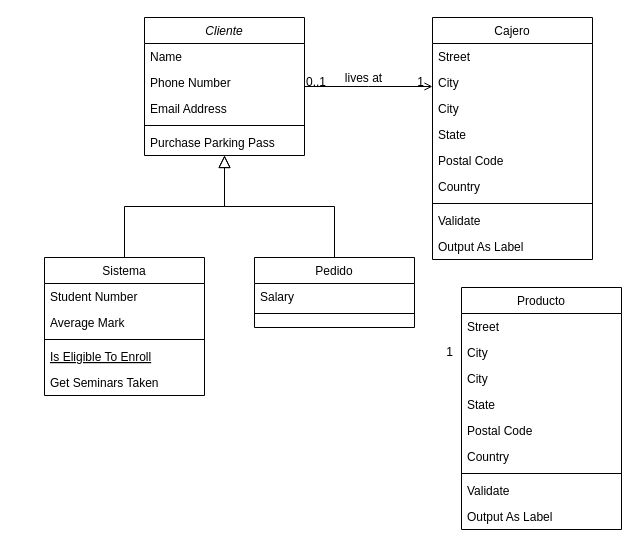
Earlier version of the draw.io diagram Calida.drawio (Cris25nkl/DIAGRAMS_BD). Source tidied: cells renumbered, new cells numbered last; positions are measured from the earlier drawing's top-left corner, leaving out a move shared by most shapes. Both pictures are drawn from the tidied source at 100%, with x=0, y=0 at pixel (44, 17).
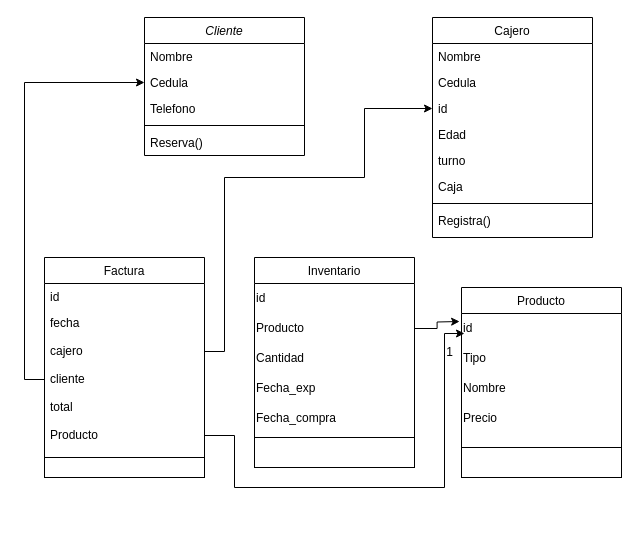
After the change.

The change refers to these unchanged cells:
```xml
<mxCell id="2" value="Cliente" style="swimlane;fontStyle=2;align=center;verticalAlign=top;horizontal=1;startSize=26;rounded=0;shadow=0;strokeWidth=1;" parent="1" vertex="1">
  <mxGeometry x="100" width="160" height="138" as="geometry" />
</mxCell>
```

Diff of the diagram source:
```diff
@@
-    <mxCell id="3" value="Name" style="text;align=left;verticalAlign=top;spacingLeft=4;spacingRight=4;overflow=hidden;" parent="2" vertex="1">
+    <mxCell id="3" value="Nombre" style="text;align=left;verticalAlign=top;spacingLeft=4;spacingRight=4;overflow=hidden;" parent="2" vertex="1">
       <mxGeometry y="26" width="160" height="26" as="geometry" />
     </mxCell>
-    <mxCell id="4" value="Phone Number" style="text;align=left;verticalAlign=top;spacingLeft=4;spacingRight=4;overflow=hidden;points=[[0,0.5],[1,0.5]];portConstraint=eastwest;rounded=0;shadow=0;html=0;" parent="2" vertex="1">
+    <mxCell id="4" value="Cedula" style="text;align=left;verticalAlign=top;spacingLeft=4;spacingRight=4;overflow=hidden;points=[[0,0.5],[1,0.5]];portConstraint=eastwest;rounded=0;shadow=0;html=0;" parent="2" vertex="1">
       <mxGeometry y="52" width="160" height="26" as="geometry" />
     </mxCell>
-    <mxCell id="5" value="Email Address" style="text;align=left;verticalAlign=top;spacingLeft=4;spacingRight=4;overflow=hidden;rounded=0;shadow=0;html=0;" parent="2" vertex="1">
+    <mxCell id="5" value="Telefono" style="text;align=left;verticalAlign=top;spacingLeft=4;spacingRight=4;overflow=hidden;rounded=0;shadow=0;html=0;" parent="2" vertex="1">
       <mxGeometry y="78" width="160" height="26" as="geometry" />
     </mxCell>
@@
-    <mxCell id="7" value="Purchase Parking Pass" style="text;align=left;verticalAlign=top;spacingLeft=4;spacingRight=4;overflow=hidden;" parent="2" vertex="1">
+    <mxCell id="7" value="Reserva()&#10;" style="text;align=left;verticalAlign=top;spacingLeft=4;spacingRight=4;overflow=hidden;" parent="2" vertex="1">
       <mxGeometry y="112" width="160" height="26" as="geometry" />
     </mxCell>
-    <mxCell id="8" value="Sistema" style="swimlane;fontStyle=0;align=center;verticalAlign=top;horizontal=1;startSize=26;rounded=0;shadow=0;strokeWidth=1;" parent="1" vertex="1">
-      <mxGeometry y="240" width="160" height="138" as="geometry" />
+    <mxCell id="8" value="Factura" style="swimlane;fontStyle=0;align=center;verticalAlign=top;horizontal=1;startSize=26;rounded=0;shadow=0;strokeWidth=1;" parent="1" vertex="1">
+      <mxGeometry y="240" width="160" height="220" as="geometry" />
     </mxCell>
-    <mxCell id="9" value="Student Number" style="text;align=left;verticalAlign=top;spacingLeft=4;spacingRight=4;overflow=hidden;" parent="8" vertex="1">
+    <mxCell id="9" value="id" style="text;align=left;verticalAlign=top;spacingLeft=4;spacingRight=4;overflow=hidden;" parent="8" vertex="1">
       <mxGeometry y="26" width="160" height="26" as="geometry" />
     </mxCell>
-    <mxCell id="10" value="Average Mark" style="text;align=left;verticalAlign=top;spacingLeft=4;spacingRight=4;overflow=hidden;rounded=0;shadow=0;html=0;" parent="8" vertex="1">
-      <mxGeometry y="52" width="160" height="26" as="geometry" />
+    <mxCell id="10" value="fecha" style="text;align=left;verticalAlign=top;spacingLeft=4;spacingRight=4;overflow=hidden;rounded=0;shadow=0;html=0;" parent="8" vertex="1">
+      <mxGeometry y="52" width="160" height="28" as="geometry" />
     </mxCell>
-    <mxCell id="11" style="line;html=1;strokeWidth=1;align=left;verticalAlign=middle;spacingTop=-1;spacingLeft=3;spacingRight=3;labelPosition=right;" parent="8" vertex="1">
-      <mxGeometry y="78" width="160" height="8" as="geometry" />
-    </mxCell>
-    <mxCell id="12" value="Is Eligible To Enroll" style="text;align=left;verticalAlign=top;spacingLeft=4;spacingRight=4;overflow=hidden;fontStyle=4;" parent="8" vertex="1">
-      <mxGeometry y="86" width="160" height="26" as="geometry" />
-    </mxCell>
-    <mxCell id="13" value="Get Seminars Taken" style="text;align=left;verticalAlign=top;spacingLeft=4;spacingRight=4;overflow=hidden;" parent="8" vertex="1">
-      <mxGeometry y="112" width="160" height="26" as="geometry" />
-    </mxCell>
-    <mxCell id="14" style="endArrow=block;endSize=10;endFill=0;shadow=0;strokeWidth=1;rounded=0;curved=0;edgeStyle=elbowEdgeStyle;elbow=vertical;" parent="1" edge="1" source="8" target="2">
-      <mxGeometry relative="1" as="geometry" />
-    </mxCell>
+    <mxCell id="44" value="cajero" style="text;align=left;verticalAlign=top;spacingLeft=4;spacingRight=4;overflow=hidden;points=[[0,0.5],[1,0.5]];portConstraint=eastwest;rounded=0;shadow=0;html=0;" parent="8" vertex="1">
+      <mxGeometry y="80" width="160" height="28" as="geometry" />
+    </mxCell>
+    <mxCell id="45" value="cliente" style="text;align=left;verticalAlign=top;spacingLeft=4;spacingRight=4;overflow=hidden;points=[[0,0.5],[1,0.5]];portConstraint=eastwest;rounded=0;shadow=0;html=0;" parent="8" vertex="1">
+      <mxGeometry y="108" width="160" height="28" as="geometry" />
+    </mxCell>
+    <mxCell id="46" value="total" style="text;align=left;verticalAlign=top;spacingLeft=4;spacingRight=4;overflow=hidden;rounded=0;shadow=0;html=0;" parent="8" vertex="1">
+      <mxGeometry y="136" width="160" height="28" as="geometry" />
+    </mxCell>
+    <mxCell id="47" value="Producto" style="text;align=left;verticalAlign=top;spacingLeft=4;spacingRight=4;overflow=hidden;points=[[0,0.5],[1,0.5]];portConstraint=eastwest;rounded=0;shadow=0;html=0;" parent="8" vertex="1">
+      <mxGeometry y="164" width="160" height="28" as="geometry" />
+    </mxCell>
-    <mxCell id="15" value="Pedido" style="swimlane;fontStyle=0;align=center;verticalAlign=top;horizontal=1;startSize=26;rounded=0;shadow=0;strokeWidth=1;" parent="1" vertex="1">
-      <mxGeometry x="210" y="240" width="160" height="70" as="geometry" />
+    <mxCell id="15" value="Inventario" style="swimlane;fontStyle=0;align=center;verticalAlign=top;horizontal=1;startSize=26;rounded=0;shadow=0;strokeWidth=1;" parent="1" vertex="1">
+      <mxGeometry x="210" y="240" width="160" height="180" as="geometry" />
     </mxCell>
-    <mxCell id="16" value="Salary" style="text;align=left;verticalAlign=top;spacingLeft=4;spacingRight=4;overflow=hidden;" parent="15" vertex="1">
-      <mxGeometry y="26" width="160" height="26" as="geometry" />
-    </mxCell>
-    <mxCell id="17" style="line;html=1;strokeWidth=1;align=left;verticalAlign=middle;spacingTop=-1;spacingLeft=3;spacingRight=3;labelPosition=right;" parent="15" vertex="1">
-      <mxGeometry y="52" width="160" height="8" as="geometry" />
-    </mxCell>
-    <mxCell id="18" style="endArrow=block;endSize=10;endFill=0;shadow=0;strokeWidth=1;rounded=0;curved=0;edgeStyle=elbowEdgeStyle;elbow=vertical;" parent="1" edge="1" source="15" target="2">
-      <mxGeometry relative="1" as="geometry" />
-    </mxCell>
+    <mxCell id="48" value="id" style="text;html=1;align=left;verticalAlign=middle;strokeColor=none;fillColor=none;" parent="15" vertex="1">
+      <mxGeometry y="26" width="160" height="30" as="geometry" />
+    </mxCell>
+    <mxCell id="49" value="Producto" style="text;html=1;align=left;verticalAlign=middle;points=[];strokeColor=none;fillColor=none;" parent="15" vertex="1">
+      <mxGeometry y="56" width="160" height="30" as="geometry" />
+    </mxCell>
+    <mxCell id="50" value="Cantidad" style="text;html=1;align=left;verticalAlign=middle;strokeColor=none;fillColor=none;" parent="15" vertex="1">
+      <mxGeometry y="86" width="160" height="30" as="geometry" />
+    </mxCell>
+    <mxCell id="51" value="Fecha_exp" style="text;html=1;align=left;verticalAlign=middle;strokeColor=none;fillColor=none;" parent="15" vertex="1">
+      <mxGeometry y="116" width="160" height="30" as="geometry" />
+    </mxCell>
+    <mxCell id="52" value="Fecha_compra" style="text;html=1;align=left;verticalAlign=middle;strokeColor=none;fillColor=none;" parent="15" vertex="1">
+      <mxGeometry y="146" width="160" height="30" as="geometry" />
+    </mxCell>
     <mxCell id="19" value="Cajero" style="swimlane;fontStyle=0;align=center;verticalAlign=top;horizontal=1;startSize=26;rounded=0;shadow=0;strokeWidth=1;" parent="1" vertex="1">
-      <mxGeometry x="388" width="160" height="242" as="geometry" />
+      <mxGeometry x="388" width="160" height="220" as="geometry" />
     </mxCell>
-    <mxCell id="20" value="Street" style="text;align=left;verticalAlign=top;spacingLeft=4;spacingRight=4;overflow=hidden;" parent="19" vertex="1">
+    <mxCell id="20" value="Nombre" style="text;align=left;verticalAlign=top;spacingLeft=4;spacingRight=4;overflow=hidden;" parent="19" vertex="1">
       <mxGeometry y="26" width="160" height="26" as="geometry" />
     </mxCell>
-    <mxCell id="21" value="City" style="text;align=left;verticalAlign=top;spacingLeft=4;spacingRight=4;overflow=hidden;rounded=0;shadow=0;html=0;" parent="19" vertex="1">
+    <mxCell id="21" value="Cedula" style="text;align=left;verticalAlign=top;spacingLeft=4;spacingRight=4;overflow=hidden;rounded=0;shadow=0;html=0;" parent="19" vertex="1">
       <mxGeometry y="52" width="160" height="26" as="geometry" />
     </mxCell>
-    <mxCell id="22" value="City" style="text;align=left;verticalAlign=top;spacingLeft=4;spacingRight=4;overflow=hidden;points=[[0,0.5],[1,0.5]];portConstraint=eastwest;rounded=0;shadow=0;html=0;" parent="19" vertex="1">
+    <mxCell id="22" value="id" style="text;align=left;verticalAlign=top;spacingLeft=4;spacingRight=4;overflow=hidden;points=[[0,0.5],[1,0.5]];portConstraint=eastwest;rounded=0;shadow=0;html=0;" parent="19" vertex="1">
       <mxGeometry y="78" width="160" height="26" as="geometry" />
     </mxCell>
-    <mxCell id="23" value="State" style="text;align=left;verticalAlign=top;spacingLeft=4;spacingRight=4;overflow=hidden;rounded=0;shadow=0;html=0;" parent="19" vertex="1">
+    <mxCell id="23" value="Edad" style="text;align=left;verticalAlign=top;spacingLeft=4;spacingRight=4;overflow=hidden;rounded=0;shadow=0;html=0;" parent="19" vertex="1">
       <mxGeometry y="104" width="160" height="26" as="geometry" />
     </mxCell>
-    <mxCell id="24" value="Postal Code" style="text;align=left;verticalAlign=top;spacingLeft=4;spacingRight=4;overflow=hidden;rounded=0;shadow=0;html=0;" parent="19" vertex="1">
+    <mxCell id="24" value="turno" style="text;align=left;verticalAlign=top;spacingLeft=4;spacingRight=4;overflow=hidden;rounded=0;shadow=0;html=0;" parent="19" vertex="1">
       <mxGeometry y="130" width="160" height="26" as="geometry" />
     </mxCell>
-    <mxCell id="25" value="Country" style="text;align=left;verticalAlign=top;spacingLeft=4;spacingRight=4;overflow=hidden;rounded=0;shadow=0;html=0;" parent="19" vertex="1">
+    <mxCell id="25" value="Caja" style="text;align=left;verticalAlign=top;spacingLeft=4;spacingRight=4;overflow=hidden;rounded=0;shadow=0;html=0;" parent="19" vertex="1">
       <mxGeometry y="156" width="160" height="26" as="geometry" />
     </mxCell>
@@
-    <mxCell id="27" value="Validate" style="text;align=left;verticalAlign=top;spacingLeft=4;spacingRight=4;overflow=hidden;" parent="19" vertex="1">
+    <mxCell id="27" value="Registra()" style="text;align=left;verticalAlign=top;spacingLeft=4;spacingRight=4;overflow=hidden;" parent="19" vertex="1">
       <mxGeometry y="190" width="160" height="26" as="geometry" />
     </mxCell>
-    <mxCell id="28" value="Output As Label" style="text;align=left;verticalAlign=top;spacingLeft=4;spacingRight=4;overflow=hidden;" parent="19" vertex="1">
-      <mxGeometry y="216" width="160" height="26" as="geometry" />
-    </mxCell>
-    <mxCell id="29" style="endArrow=open;shadow=0;strokeWidth=1;rounded=0;curved=0;endFill=1;edgeStyle=elbowEdgeStyle;elbow=vertical;" parent="1" edge="1" source="2" target="19">
-      <mxGeometry x="0.5" y="41" relative="1" as="geometry">
-        <mxPoint x="-40" y="32" as="offset" />
-      </mxGeometry>
-    </mxCell>
-    <mxCell id="30" value="0..1" style="align=left;verticalAlign=bottom;labelBackgroundColor=none;fontSize=12;" parent="29" vertex="1">
-      <mxGeometry x="-1" relative="1" as="geometry">
-        <mxPoint y="4" as="offset" />
-      </mxGeometry>
-    </mxCell>
-    <mxCell id="31" value="1" style="align=right;verticalAlign=bottom;labelBackgroundColor=none;fontSize=12;" parent="29" vertex="1">
-      <mxGeometry x="1" relative="1" as="geometry">
-        <mxPoint x="-7" y="4" as="offset" />
-      </mxGeometry>
-    </mxCell>
-    <mxCell id="32" value="lives at" style="text;html=1;align=center;verticalAlign=middle;labelBackgroundColor=none;rounded=0;shadow=0;strokeWidth=1;fontSize=12;" parent="29" vertex="1">
-      <mxGeometry x="0.5" y="49" relative="1" as="geometry">
-        <mxPoint x="-38" y="40" as="offset" />
-      </mxGeometry>
-    </mxCell>
     <mxCell id="33" value="Producto" style="swimlane;fontStyle=0;align=center;verticalAlign=top;horizontal=1;startSize=26;rounded=0;shadow=0;strokeWidth=1;" parent="1" vertex="1">
-      <mxGeometry x="417" y="270" width="160" height="242" as="geometry" />
+      <mxGeometry x="417" y="270" width="160" height="160" as="geometry" />
     </mxCell>
-    <mxCell id="34" value="Street" style="text;align=left;verticalAlign=top;spacingLeft=4;spacingRight=4;overflow=hidden;" parent="33" vertex="1">
-      <mxGeometry y="26" width="160" height="26" as="geometry" />
-    </mxCell>
-    <mxCell id="35" value="City" style="text;align=left;verticalAlign=top;spacingLeft=4;spacingRight=4;overflow=hidden;rounded=0;shadow=0;html=0;" parent="33" vertex="1">
-      <mxGeometry y="52" width="160" height="26" as="geometry" />
-    </mxCell>
-    <mxCell id="36" value="City" style="text;align=left;verticalAlign=top;spacingLeft=4;spacingRight=4;overflow=hidden;rounded=0;shadow=0;html=0;" parent="33" vertex="1">
-      <mxGeometry y="78" width="160" height="26" as="geometry" />
-    </mxCell>
-    <mxCell id="37" value="State" style="text;align=left;verticalAlign=top;spacingLeft=4;spacingRight=4;overflow=hidden;rounded=0;shadow=0;html=0;" parent="33" vertex="1">
-      <mxGeometry y="104" width="160" height="26" as="geometry" />
-    </mxCell>
-    <mxCell id="38" value="Postal Code" style="text;align=left;verticalAlign=top;spacingLeft=4;spacingRight=4;overflow=hidden;rounded=0;shadow=0;html=0;" parent="33" vertex="1">
-      <mxGeometry y="130" width="160" height="26" as="geometry" />
-    </mxCell>
-    <mxCell id="39" value="Country" style="text;align=left;verticalAlign=top;spacingLeft=4;spacingRight=4;overflow=hidden;rounded=0;shadow=0;html=0;" parent="33" vertex="1">
-      <mxGeometry y="156" width="160" height="26" as="geometry" />
-    </mxCell>
-    <mxCell id="40" style="line;html=1;strokeWidth=1;align=left;verticalAlign=middle;spacingTop=-1;spacingLeft=3;spacingRight=3;labelPosition=right;" parent="33" vertex="1">
-      <mxGeometry y="182" width="160" height="8" as="geometry" />
-    </mxCell>
-    <mxCell id="41" value="Validate" style="text;align=left;verticalAlign=top;spacingLeft=4;spacingRight=4;overflow=hidden;" parent="33" vertex="1">
-      <mxGeometry y="190" width="160" height="26" as="geometry" />
-    </mxCell>
-    <mxCell id="42" value="Output As Label" style="text;align=left;verticalAlign=top;spacingLeft=4;spacingRight=4;overflow=hidden;" parent="33" vertex="1">
-      <mxGeometry y="216" width="160" height="26" as="geometry" />
-    </mxCell>
+    <mxCell id="53" value="id" style="text;html=1;align=left;verticalAlign=middle;strokeColor=none;fillColor=none;" parent="33" vertex="1">
+      <mxGeometry y="26" width="160" height="30" as="geometry" />
+    </mxCell>
+    <mxCell id="54" value="Tipo" style="text;html=1;align=left;verticalAlign=middle;strokeColor=none;fillColor=none;" parent="33" vertex="1">
+      <mxGeometry y="56" width="160" height="30" as="geometry" />
+    </mxCell>
+    <mxCell id="55" value="Nombre" style="text;html=1;align=left;verticalAlign=middle;strokeColor=none;fillColor=none;" parent="33" vertex="1">
+      <mxGeometry y="86" width="160" height="30" as="geometry" />
+    </mxCell>
+    <mxCell id="56" value="Precio" style="text;html=1;align=left;verticalAlign=middle;strokeColor=none;fillColor=none;" parent="33" vertex="1">
+      <mxGeometry y="116" width="160" height="30" as="geometry" />
+    </mxCell>
@@
+    <mxCell id="57" style="whiteSpace=wrap;html=1;verticalAlign=top;fontStyle=0;startSize=26;rounded=0;shadow=0;strokeWidth=1;" parent="1" vertex="1">
+      <mxGeometry y="440" width="160" height="20" as="geometry" />
+    </mxCell>
+    <mxCell id="58" style="edgeStyle=orthogonalEdgeStyle;rounded=0;jettySize=auto;html=1;exitX=0;exitY=0.5;exitDx=0;exitDy=0;entryX=0;entryY=0.5;entryDx=0;entryDy=0;" parent="1" edge="1" source="45" target="4">
+      <mxGeometry relative="1" as="geometry" />
+    </mxCell>
+    <mxCell id="59" style="edgeStyle=orthogonalEdgeStyle;rounded=0;jettySize=auto;html=1;exitX=1;exitY=0.5;exitDx=0;exitDy=0;entryX=0;entryY=0.5;entryDx=0;entryDy=0;" parent="1" edge="1" source="44" target="22">
+      <mxGeometry relative="1" as="geometry">
+        <Array as="points">
+          <mxPoint x="180" y="334" />
+          <mxPoint x="180" y="160" />
+          <mxPoint x="320" y="160" />
+          <mxPoint x="320" y="91" />
+        </Array>
+      </mxGeometry>
+    </mxCell>
+    <mxCell id="60" style="whiteSpace=wrap;html=1;verticalAlign=top;fontStyle=0;startSize=26;rounded=0;shadow=0;strokeWidth=1;" parent="1" vertex="1">
+      <mxGeometry x="210" y="420" width="160" height="30" as="geometry" />
+    </mxCell>
+    <mxCell id="61" style="edgeStyle=orthogonalEdgeStyle;rounded=0;jettySize=auto;html=1;entryX=-0.012;entryY=0.085;entryDx=0;entryDy=0;entryPerimeter=0;" parent="1" edge="1" source="49">
+      <mxGeometry relative="1" as="geometry">
+        <mxPoint x="415.1" y="304" as="targetPoint" />
+      </mxGeometry>
+    </mxCell>
+    <mxCell id="62" style="edgeStyle=orthogonalEdgeStyle;rounded=0;jettySize=auto;html=1;entryX=0.019;entryY=0.213;entryDx=0;entryDy=0;entryPerimeter=0;" parent="1" edge="1" source="47">
+      <mxGeometry relative="1" as="geometry">
+        <mxPoint x="420" y="316" as="targetPoint" />
+        <Array as="points">
+          <mxPoint x="190" y="418" />
+          <mxPoint x="190" y="470" />
+          <mxPoint x="400" y="470" />
+          <mxPoint x="400" y="316" />
+        </Array>
+      </mxGeometry>
+    </mxCell>
+    <mxCell id="63" style="whiteSpace=wrap;html=1;verticalAlign=top;fontStyle=0;startSize=26;rounded=0;shadow=0;strokeWidth=1;" parent="1" vertex="1">
+      <mxGeometry x="417" y="430" width="160" height="30" as="geometry" />
+    </mxCell>
```
